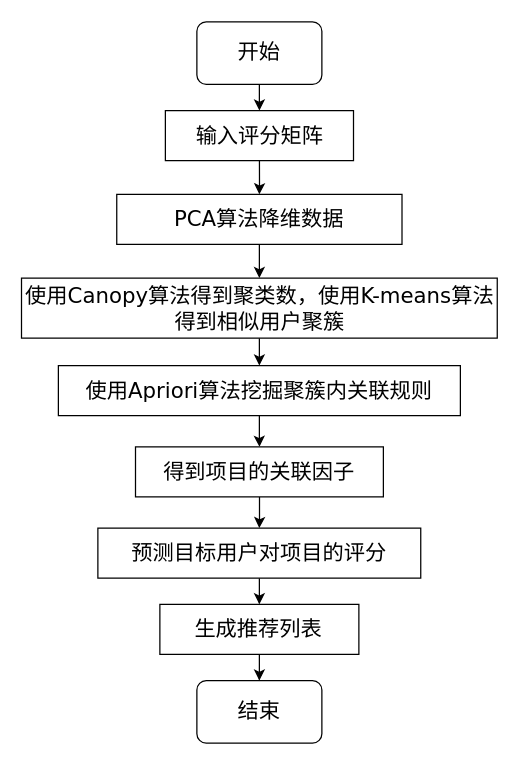
The draw.io diagram picture/DCF算法流程图.drawio in QAQ5685150/diagrams, before the edit. Source tidied: cells renumbered, new cells numbered last; positions are measured from the earlier drawing's top-left corner, leaving out a move shared by most shapes. Both pictures are drawn from the tidied source at 125%, with x=0, y=0 at pixel (21, 21).
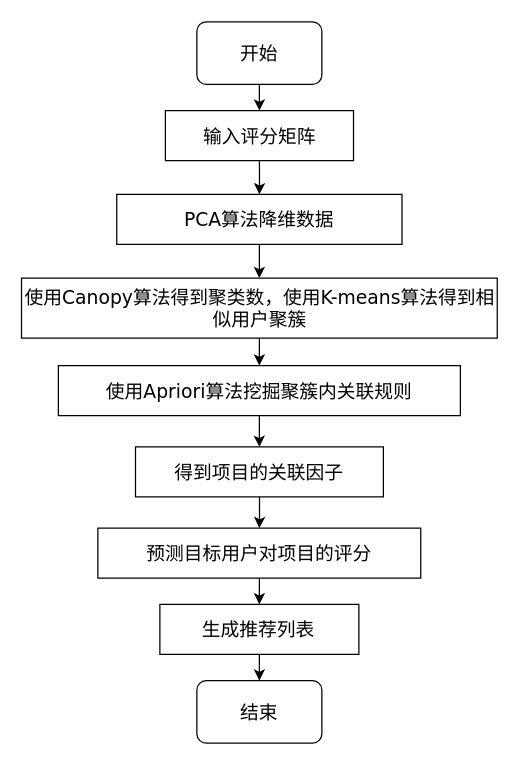
The same diagram, later.

Commit message (it also covers changes not shown here):
更新DCF算法流程图.drawio

The edit, as a diff of the source:
```diff
@@
 <mxGraphModel>
   <root>
     <mxCell id="0" />
     <mxCell id="1" parent="0" />
-    <mxCell id="2" style="edgeStyle=orthogonalEdgeStyle;rounded=0;jettySize=auto;html=1;exitX=0.5;exitY=1;exitDx=0;exitDy=0;entryX=0.5;entryY=0;entryDx=0;entryDy=0;fontFamily=Verdana;fontSize=17;" parent="1" edge="1" source="3" target="5">
+    <mxCell id="2" style="edgeStyle=orthogonalEdgeStyle;rounded=0;jettySize=auto;html=1;exitX=0.5;exitY=1;exitDx=0;exitDy=0;entryX=0.5;entryY=0;entryDx=0;entryDy=0;fontFamily=Verdana;fontSize=15;fontStyle=0;spacing=2;" parent="1" edge="1" source="3" target="5">
       <mxGeometry relative="1" as="geometry" />
     </mxCell>
-    <mxCell id="3" value="&lt;font style=&quot;font-size: 17px;&quot;&gt;开始&lt;/font&gt;" style="rounded=1;whiteSpace=wrap;html=1;" parent="1" vertex="1">
+    <mxCell id="3" value="&lt;font style=&quot;font-size: 15px;&quot;&gt;开始&lt;/font&gt;" style="rounded=1;whiteSpace=wrap;html=1;fontSize=15;fontStyle=0;spacing=2;" parent="1" vertex="1">
       <mxGeometry x="140" width="100" height="50" as="geometry" />
     </mxCell>
-    <mxCell id="4" style="edgeStyle=orthogonalEdgeStyle;rounded=0;jettySize=auto;html=1;exitX=0.5;exitY=1;exitDx=0;exitDy=0;fontFamily=Verdana;fontSize=17;" parent="1" edge="1" source="5" target="7">
+    <mxCell id="4" style="edgeStyle=orthogonalEdgeStyle;rounded=0;jettySize=auto;html=1;exitX=0.5;exitY=1;exitDx=0;exitDy=0;fontFamily=Verdana;fontSize=15;fontStyle=0;spacing=2;" parent="1" edge="1" source="5" target="7">
       <mxGeometry relative="1" as="geometry" />
     </mxCell>
-    <mxCell id="5" value="输入评分矩阵" style="rounded=0;whiteSpace=wrap;html=1;fontFamily=Verdana;fontSize=17;" parent="1" vertex="1">
+    <mxCell id="5" value="输入评分矩阵" style="rounded=0;whiteSpace=wrap;html=1;fontFamily=Verdana;fontSize=15;fontStyle=0;spacing=2;" parent="1" vertex="1">
       <mxGeometry x="114.8" y="71" width="150.5" height="40" as="geometry" />
     </mxCell>
-    <mxCell id="6" style="edgeStyle=orthogonalEdgeStyle;rounded=0;jettySize=auto;html=1;fontFamily=Verdana;fontSize=17;" parent="1" edge="1" source="7" target="9">
+    <mxCell id="6" style="edgeStyle=orthogonalEdgeStyle;rounded=0;jettySize=auto;html=1;fontFamily=Verdana;fontSize=15;fontStyle=0;spacing=2;" parent="1" edge="1" source="7" target="9">
       <mxGeometry relative="1" as="geometry" />
     </mxCell>
-    <mxCell id="7" value="PCA算法降维数据" style="rounded=0;whiteSpace=wrap;html=1;fontFamily=Verdana;fontSize=17;" parent="1" vertex="1">
+    <mxCell id="7" value="PCA算法降维数据" style="rounded=0;whiteSpace=wrap;html=1;fontFamily=Verdana;fontSize=15;fontStyle=0;spacing=2;" parent="1" vertex="1">
       <mxGeometry x="75.9" y="138" width="228.2" height="40" as="geometry" />
     </mxCell>
-    <mxCell id="8" style="edgeStyle=orthogonalEdgeStyle;rounded=0;jettySize=auto;html=1;fontFamily=Verdana;fontSize=17;" parent="1" edge="1" source="9" target="11">
+    <mxCell id="8" style="edgeStyle=orthogonalEdgeStyle;rounded=0;jettySize=auto;html=1;fontFamily=Verdana;fontSize=15;fontStyle=0;spacing=2;" parent="1" edge="1" source="9" target="11">
       <mxGeometry relative="1" as="geometry" />
     </mxCell>
-    <mxCell id="9" value="使用Canopy算法得到聚类数，使用K-means算法得到相似用户聚簇" style="rounded=0;whiteSpace=wrap;html=1;fontFamily=Verdana;fontSize=17;" parent="1" vertex="1">
+    <mxCell id="9" value="使用Canopy算法得到聚类数，使用K-means算法得到相似用户聚簇" style="rounded=0;whiteSpace=wrap;html=1;fontFamily=Verdana;fontSize=15;fontStyle=0;spacing=2;" parent="1" vertex="1">
       <mxGeometry x="-0.3" y="205" width="380.6" height="48" as="geometry" />
     </mxCell>
-    <mxCell id="10" style="edgeStyle=orthogonalEdgeStyle;rounded=0;jettySize=auto;html=1;fontFamily=Verdana;fontSize=17;" parent="1" edge="1" source="11" target="18">
+    <mxCell id="10" style="edgeStyle=orthogonalEdgeStyle;rounded=0;jettySize=auto;html=1;fontFamily=Verdana;fontSize=15;fontStyle=0;spacing=2;" parent="1" edge="1" source="11" target="18">
       <mxGeometry relative="1" as="geometry" />
     </mxCell>
-    <mxCell id="11" value="使用Apriori算法挖掘聚簇内关联规则" style="rounded=0;whiteSpace=wrap;html=1;fontFamily=Verdana;fontSize=17;" parent="1" vertex="1">
+    <mxCell id="11" value="使用Apriori算法挖掘聚簇内关联规则" style="rounded=0;whiteSpace=wrap;html=1;fontFamily=Verdana;fontSize=15;fontStyle=0;spacing=2;" parent="1" vertex="1">
       <mxGeometry x="29.2" y="275" width="321.6" height="40" as="geometry" />
     </mxCell>
-    <mxCell id="12" style="edgeStyle=orthogonalEdgeStyle;rounded=0;jettySize=auto;html=1;fontFamily=Verdana;fontSize=17;" parent="1" edge="1" source="13" target="15">
+    <mxCell id="12" style="edgeStyle=orthogonalEdgeStyle;rounded=0;jettySize=auto;html=1;fontFamily=Verdana;fontSize=15;fontStyle=0;spacing=2;" parent="1" edge="1" source="13" target="15">
       <mxGeometry relative="1" as="geometry" />
     </mxCell>
-    <mxCell id="13" value="预测目标用户对项目的评分" style="rounded=0;whiteSpace=wrap;html=1;fontFamily=Verdana;fontSize=17;" parent="1" vertex="1">
+    <mxCell id="13" value="预测目标用户对项目的评分" style="rounded=0;whiteSpace=wrap;html=1;fontFamily=Verdana;fontSize=15;fontStyle=0;spacing=2;" parent="1" vertex="1">
       <mxGeometry x="60.8" y="405" width="258.3" height="40" as="geometry" />
     </mxCell>
-    <mxCell id="14" style="edgeStyle=orthogonalEdgeStyle;rounded=0;jettySize=auto;html=1;fontFamily=Verdana;fontSize=17;" parent="1" edge="1" source="15" target="16">
+    <mxCell id="14" style="edgeStyle=orthogonalEdgeStyle;rounded=0;jettySize=auto;html=1;fontFamily=Verdana;fontSize=15;fontStyle=0;spacing=2;" parent="1" edge="1" source="15" target="16">
       <mxGeometry relative="1" as="geometry" />
     </mxCell>
-    <mxCell id="15" value="生成推荐列表" style="rounded=0;whiteSpace=wrap;html=1;fontFamily=Verdana;fontSize=17;" parent="1" vertex="1">
+    <mxCell id="15" value="生成推荐列表" style="rounded=0;whiteSpace=wrap;html=1;fontFamily=Verdana;fontSize=15;fontStyle=0;spacing=2;" parent="1" vertex="1">
       <mxGeometry x="110.4" y="466" width="159.2" height="40" as="geometry" />
     </mxCell>
-    <mxCell id="16" value="&lt;font style=&quot;font-size: 17px;&quot;&gt;结束&lt;/font&gt;" style="rounded=1;whiteSpace=wrap;html=1;" parent="1" vertex="1">
+    <mxCell id="16" value="&lt;font style=&quot;font-size: 15px;&quot;&gt;结束&lt;/font&gt;" style="rounded=1;whiteSpace=wrap;html=1;fontSize=15;fontStyle=0;spacing=2;" parent="1" vertex="1">
       <mxGeometry x="140" y="527" width="100" height="50" as="geometry" />
     </mxCell>
-    <mxCell id="17" style="edgeStyle=orthogonalEdgeStyle;rounded=0;jettySize=auto;html=1;entryX=0.5;entryY=0;entryDx=0;entryDy=0;fontFamily=Verdana;fontSize=17;" parent="1" edge="1" source="18" target="13">
+    <mxCell id="17" style="edgeStyle=orthogonalEdgeStyle;rounded=0;jettySize=auto;html=1;entryX=0.5;entryY=0;entryDx=0;entryDy=0;fontFamily=Verdana;fontSize=15;fontStyle=0;spacing=2;" parent="1" edge="1" source="18" target="13">
       <mxGeometry relative="1" as="geometry" />
     </mxCell>
-    <mxCell id="18" value="得到项目的关联因子" style="rounded=0;whiteSpace=wrap;html=1;fontFamily=Verdana;fontSize=17;" parent="1" vertex="1">
+    <mxCell id="18" value="得到项目的关联因子" style="rounded=0;whiteSpace=wrap;html=1;fontFamily=Verdana;fontSize=15;fontStyle=0;spacing=2;" parent="1" vertex="1">
       <mxGeometry x="90.9" y="340" width="198.3" height="40" as="geometry" />
     </mxCell>
   </root>
 </mxGraphModel>
```
